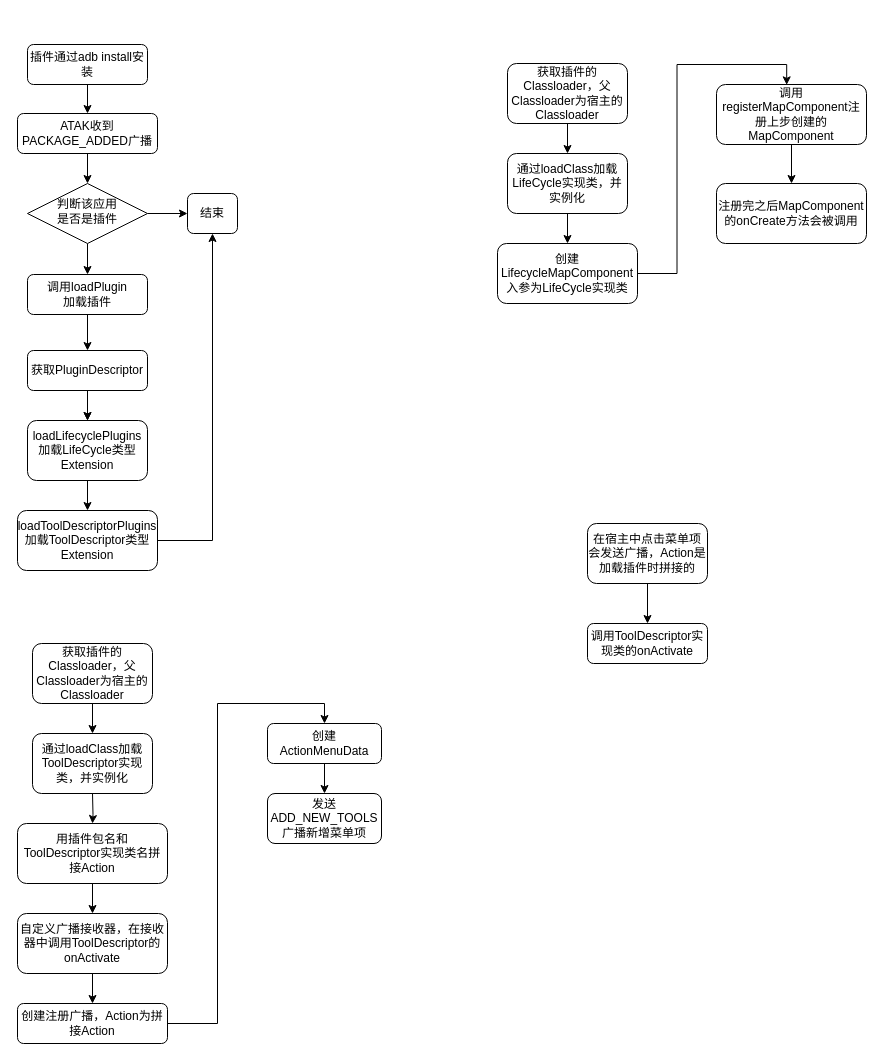
Above: 未命名绘图.drawio in xubinlu/android-journey (draw.io), before the change. Source tidied: cells renumbered, new cells numbered last; positions are measured from the earlier drawing's top-left corner, leaving out a move shared by most shapes. Both pictures are drawn from the tidied source at 100%, with x=0, y=0 at pixel (17, 44).
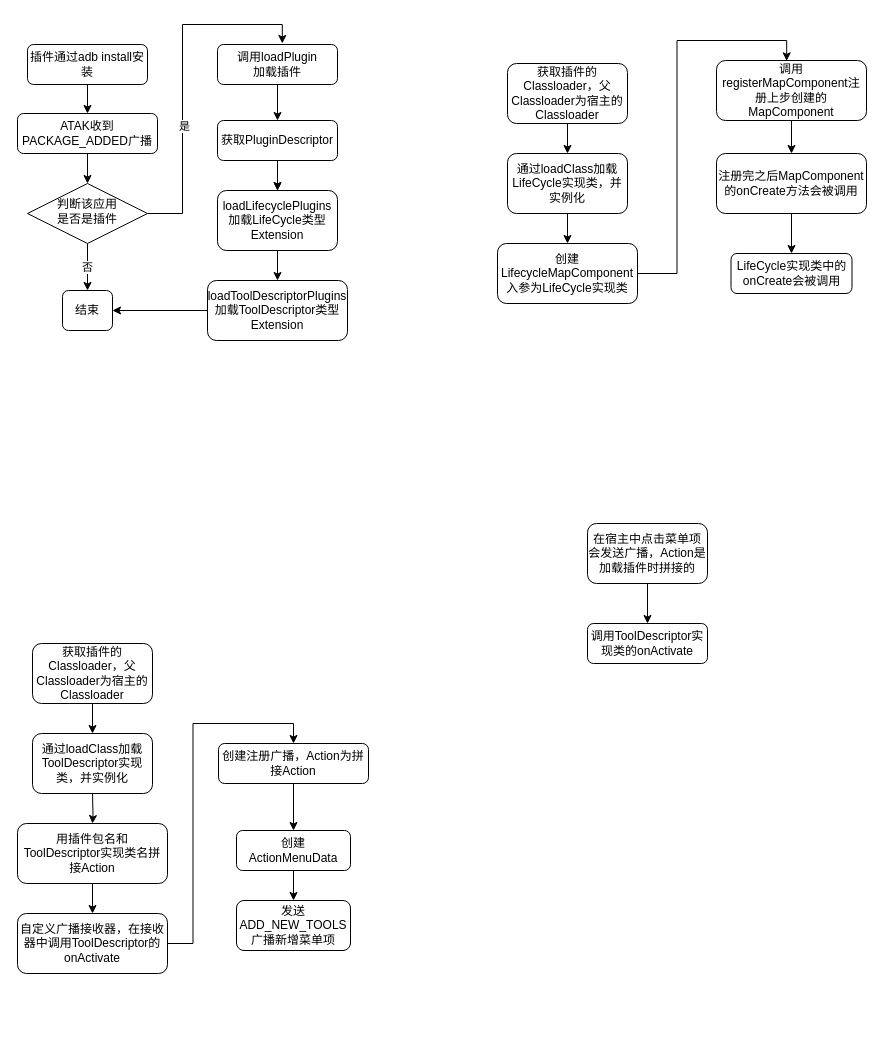
Above is the later version.

Commit message:
更新未命名绘图.drawio

Unchanged cells that the change refers to:
```xml
<mxCell id="8" value="判断该应用&lt;br&gt;是否是插件" style="rhombus;whiteSpace=wrap;html=1;shadow=0;fontFamily=Helvetica;fontSize=12;align=center;strokeWidth=1;spacing=6;spacingTop=-4;" parent="1" vertex="1">
  <mxGeometry x="10" y="139" width="120" height="60" as="geometry" />
</mxCell>
<mxCell id="35" value="自定义广播接收器，在接收器中调用ToolDescriptor的onActivate" style="whiteSpace=wrap;html=1;rounded=1;" parent="1" vertex="1">
  <mxGeometry y="869" width="150" height="60" as="geometry" />
</mxCell>
```

The edit, as a diff of the source:
```diff
@@
-    <mxCell id="6" style="edgeStyle=orthogonalEdgeStyle;rounded=0;jettySize=auto;html=1;exitX=0.5;exitY=1;exitDx=0;exitDy=0;entryX=0.5;entryY=0;entryDx=0;entryDy=0;" parent="1" edge="1" source="8" target="10">
+    <mxCell id="6" style="edgeStyle=orthogonalEdgeStyle;rounded=0;jettySize=auto;html=1;exitX=1;exitY=0.5;exitDx=0;exitDy=0;entryX=0.54;entryY=-0.026;entryDx=0;entryDy=0;entryPerimeter=0;" parent="1" edge="1" source="8" target="10">
       <mxGeometry relative="1" as="geometry" />
     </mxCell>
+    <mxCell id="44" value="是" style="edgeLabel;html=1;align=center;verticalAlign=middle;" parent="6" vertex="1">
+      <mxGeometry x="-0.28" y="-1" relative="1" as="geometry" />
+    </mxCell>
-    <mxCell id="7" style="edgeStyle=orthogonalEdgeStyle;rounded=0;jettySize=auto;html=1;exitX=1;exitY=0.5;exitDx=0;exitDy=0;entryX=0;entryY=0.5;entryDx=0;entryDy=0;" parent="1" edge="1" source="8" target="11">
+    <mxCell id="7" value="否" style="edgeStyle=orthogonalEdgeStyle;rounded=0;jettySize=auto;html=1;exitX=0.5;exitY=1;exitDx=0;exitDy=0;entryX=0.5;entryY=0;entryDx=0;entryDy=0;" parent="1" edge="1" source="8" target="11">
       <mxGeometry relative="1" as="geometry" />
     </mxCell>
@@
     <mxCell id="10" value="调用loadPlugin&lt;br&gt;加载插件" style="rounded=1;whiteSpace=wrap;html=1;fontSize=12;glass=0;strokeWidth=1;shadow=0;" parent="1" vertex="1">
-      <mxGeometry x="10" y="230" width="120" height="40" as="geometry" />
+      <mxGeometry x="200" width="120" height="40" as="geometry" />
     </mxCell>
     <mxCell id="11" value="结束" style="rounded=1;whiteSpace=wrap;html=1;fontSize=12;glass=0;strokeWidth=1;shadow=0;" parent="1" vertex="1">
-      <mxGeometry x="170" y="149" width="50" height="40" as="geometry" />
+      <mxGeometry x="45" y="246" width="50" height="40" as="geometry" />
     </mxCell>
@@
     <mxCell id="14" value="获取PluginDescriptor" style="rounded=1;whiteSpace=wrap;html=1;fontSize=12;glass=0;strokeWidth=1;shadow=0;" parent="1" vertex="1">
-      <mxGeometry x="10" y="306" width="120" height="40" as="geometry" />
+      <mxGeometry x="200" y="76" width="120" height="40" as="geometry" />
     </mxCell>
@@
     <mxCell id="16" value="loadLifecyclePlugins加载LifeCycle类型Extension" style="whiteSpace=wrap;html=1;rounded=1;glass=0;strokeWidth=1;shadow=0;" parent="1" vertex="1">
-      <mxGeometry x="10" y="376" width="120" height="60" as="geometry" />
+      <mxGeometry x="200" y="146" width="120" height="60" as="geometry" />
     </mxCell>
-    <mxCell id="17" style="edgeStyle=orthogonalEdgeStyle;rounded=0;jettySize=auto;html=1;exitX=1;exitY=0.5;exitDx=0;exitDy=0;entryX=0.5;entryY=1;entryDx=0;entryDy=0;" parent="1" edge="1" source="18" target="11">
+    <mxCell id="17" style="edgeStyle=orthogonalEdgeStyle;rounded=0;jettySize=auto;html=1;entryX=1;entryY=0.5;entryDx=0;entryDy=0;" parent="1" edge="1" source="18" target="11">
       <mxGeometry relative="1" as="geometry" />
     </mxCell>
     <mxCell id="18" value="loadToolDescriptorPlugins加载ToolDescriptor类型Extension" style="whiteSpace=wrap;html=1;rounded=1;glass=0;strokeWidth=1;shadow=0;" parent="1" vertex="1">
-      <mxGeometry y="466" width="140" height="60" as="geometry" />
+      <mxGeometry x="190" y="236" width="140" height="60" as="geometry" />
     </mxCell>
@@
     <mxCell id="26" value="调用registerMapComponent注册上步创建的MapComponent" style="whiteSpace=wrap;html=1;rounded=1;" parent="1" vertex="1">
-      <mxGeometry x="699" y="40" width="150" height="60" as="geometry" />
+      <mxGeometry x="699" y="16" width="150" height="60" as="geometry" />
     </mxCell>
+    <mxCell id="45" style="edgeStyle=orthogonalEdgeStyle;rounded=0;jettySize=auto;html=1;" parent="1" edge="1" source="27" target="46">
+      <mxGeometry relative="1" as="geometry" />
+    </mxCell>
     <mxCell id="27" value="注册完之后MapComponent的onCreate方法会被调用" style="whiteSpace=wrap;html=1;rounded=1;" parent="1" vertex="1">
-      <mxGeometry x="699" y="139" width="150" height="60" as="geometry" />
+      <mxGeometry x="699" y="109" width="150" height="60" as="geometry" />
     </mxCell>
@@
-    <mxCell id="34" style="edgeStyle=orthogonalEdgeStyle;rounded=0;jettySize=auto;html=1;" parent="1" edge="1" source="35" target="37">
+    <mxCell id="34" style="edgeStyle=orthogonalEdgeStyle;rounded=0;jettySize=auto;html=1;exitX=1;exitY=0.5;exitDx=0;exitDy=0;entryX=0.5;entryY=0;entryDx=0;entryDy=0;" parent="1" edge="1" source="35" target="37">
       <mxGeometry relative="1" as="geometry" />
     </mxCell>
@@
-    <mxCell id="36" style="edgeStyle=orthogonalEdgeStyle;rounded=0;jettySize=auto;html=1;exitX=1;exitY=0.5;exitDx=0;exitDy=0;entryX=0.5;entryY=0;entryDx=0;entryDy=0;" parent="1" edge="1" source="37" target="39">
+    <mxCell id="36" style="edgeStyle=orthogonalEdgeStyle;rounded=0;jettySize=auto;html=1;exitX=0.5;exitY=1;exitDx=0;exitDy=0;entryX=0.5;entryY=0;entryDx=0;entryDy=0;" parent="1" edge="1" source="37" target="39">
       <mxGeometry relative="1" as="geometry" />
     </mxCell>
     <mxCell id="37" value="创建注册广播，Action为拼接Action" style="whiteSpace=wrap;html=1;rounded=1;" parent="1" vertex="1">
-      <mxGeometry y="959" width="150" height="40" as="geometry" />
+      <mxGeometry x="201" y="699" width="150" height="40" as="geometry" />
     </mxCell>
@@
     <mxCell id="39" value="创建ActionMenuData" style="whiteSpace=wrap;html=1;rounded=1;" parent="1" vertex="1">
-      <mxGeometry x="250" y="679" width="114" height="40" as="geometry" />
+      <mxGeometry x="219" y="786" width="114" height="40" as="geometry" />
     </mxCell>
     <mxCell id="40" value="发送ADD_NEW_TOOLS广播新增菜单项" style="whiteSpace=wrap;html=1;rounded=1;" parent="1" vertex="1">
-      <mxGeometry x="250" y="749" width="114" height="50" as="geometry" />
+      <mxGeometry x="219" y="856" width="114" height="50" as="geometry" />
     </mxCell>
@@
+    <mxCell id="46" value="LifeCycle实现类中的onCreate会被调用" style="whiteSpace=wrap;html=1;rounded=1;" parent="1" vertex="1">
+      <mxGeometry x="713.5" y="209" width="121" height="40" as="geometry" />
+    </mxCell>
```
